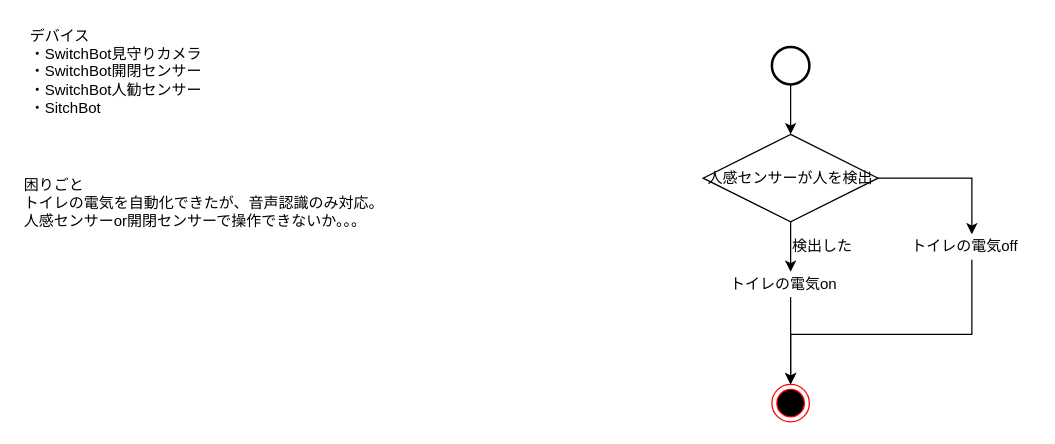
Earlier version of the draw.io diagram 01_memo/スマートホーム化アイデア.drawio (TakumaTodoroki/01_SwitchBot). Source tidied: cells renumbered, new cells numbered last; positions are measured from the earlier drawing's top-left corner, leaving out a move shared by most shapes. Both pictures are drawn from the tidied source at 125%, with x=0, y=0 at pixel (21, 21).
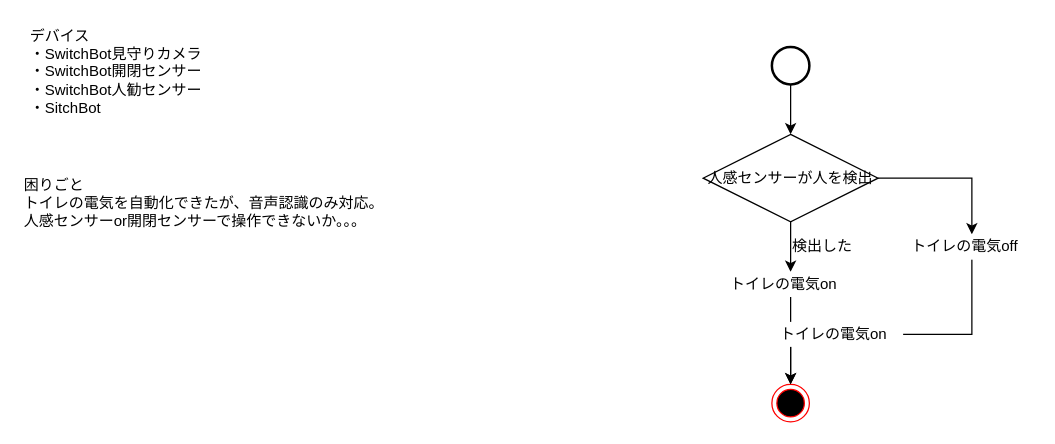
After the change.

What changed in the source:
```diff
@@
 <mxGraphModel>
   <root>
     <mxCell id="0" />
     <mxCell id="1" parent="0" />
     <mxCell id="2" value="&lt;div style=&quot;text-align: left&quot;&gt;&lt;span&gt;&lt;font color=&quot;#000000&quot;&gt;デバイス&lt;/font&gt;&lt;/span&gt;&lt;/div&gt;&lt;font color=&quot;#000000&quot;&gt;・SwitchBot見守りカメラ&lt;br&gt;&lt;/font&gt;&lt;div style=&quot;text-align: left&quot;&gt;&lt;font color=&quot;#000000&quot;&gt;・SwitchBot開閉センサー&lt;/font&gt;&lt;/div&gt;&lt;div style=&quot;text-align: left&quot;&gt;&lt;font color=&quot;#000000&quot;&gt;・SwitchBot人勧センサー&lt;/font&gt;&lt;/div&gt;&lt;div style=&quot;text-align: left&quot;&gt;&lt;font color=&quot;#000000&quot;&gt;・SitchBot&lt;/font&gt;&lt;/div&gt;" style="text;html=1;align=center;verticalAlign=middle;strokeColor=none;fillColor=#FFFFFF;" parent="1" vertex="1">
       <mxGeometry width="150" height="80" as="geometry" />
     </mxCell>
     <mxCell id="3" value="&lt;font color=&quot;#000000&quot;&gt;困りごと&lt;br&gt;トイレの電気を自動化できたが、音声認識のみ対応。&lt;br&gt;人感センサーor開閉センサーで操作できないか。。。&lt;/font&gt;" style="text;html=1;align=left;verticalAlign=middle;strokeColor=none;fillColor=#FFFFFF;" parent="1" vertex="1">
       <mxGeometry y="120" width="300" height="50" as="geometry" />
     </mxCell>
     <mxCell id="4" style="ellipse;html=1;shape=endState;fillColor=#000000;strokeColor=#ff0000;" parent="1" vertex="1">
       <mxGeometry x="600" y="290" width="30" height="30" as="geometry" />
     </mxCell>
     <mxCell id="5" style="edgeStyle=orthogonalEdgeStyle;rounded=0;jettySize=auto;html=1;entryX=0.5;entryY=0;entryDx=0;entryDy=0;" parent="1" edge="1" source="6" target="9">
       <mxGeometry relative="1" as="geometry" />
     </mxCell>
     <mxCell id="6" style="strokeWidth=2;html=1;shape=mxgraph.flowchart.start_2;whiteSpace=wrap;fillColor=#FFFFFF;" parent="1" vertex="1">
       <mxGeometry x="600" y="20" width="30" height="30" as="geometry" />
     </mxCell>
     <mxCell id="7" style="edgeStyle=orthogonalEdgeStyle;rounded=0;jettySize=auto;html=1;" parent="1" edge="1" source="9" target="11">
       <mxGeometry relative="1" as="geometry" />
     </mxCell>
     <mxCell id="8" style="edgeStyle=orthogonalEdgeStyle;rounded=0;jettySize=auto;html=1;" parent="1" edge="1" source="9" target="14">
       <mxGeometry relative="1" as="geometry" />
     </mxCell>
     <mxCell id="9" value="&lt;span style=&quot;color: rgb(0 , 0 , 0)&quot;&gt;人感センサーが人を検出&lt;/span&gt;" style="rhombus;whiteSpace=wrap;html=1;fillColor=#FFFFFF;" parent="1" vertex="1">
       <mxGeometry x="545" y="90" width="140" height="70" as="geometry" />
     </mxCell>
     <mxCell id="10" style="edgeStyle=orthogonalEdgeStyle;rounded=0;jettySize=auto;html=1;" parent="1" edge="1" source="11" target="4">
       <mxGeometry relative="1" as="geometry" />
     </mxCell>
     <mxCell id="11" value="&lt;font color=&quot;#000000&quot;&gt;トイレの電気on&lt;/font&gt;" style="text;html=1;align=left;verticalAlign=middle;points=[];strokeColor=none;fillColor=#FFFFFF;" parent="1" vertex="1">
       <mxGeometry x="565" y="200" width="100" height="20" as="geometry" />
     </mxCell>
     <mxCell id="12" value="検出した" style="text;html=1;align=center;verticalAlign=middle;strokeColor=none;" parent="1" vertex="1">
       <mxGeometry x="610" y="170" width="60" height="20" as="geometry" />
     </mxCell>
     <mxCell id="13" style="edgeStyle=orthogonalEdgeStyle;rounded=0;jettySize=auto;html=1;entryX=0.5;entryY=0;entryDx=0;entryDy=0;" parent="1" edge="1" source="14" target="4">
       <mxGeometry relative="1" as="geometry">
         <Array as="points">
           <mxPoint x="760" y="250" />
           <mxPoint x="615" y="250" />
         </Array>
       </mxGeometry>
     </mxCell>
     <mxCell id="14" value="&lt;font color=&quot;#000000&quot;&gt;トイレの電気off&lt;/font&gt;" style="text;html=1;align=left;verticalAlign=middle;points=[];strokeColor=none;fillColor=#FFFFFF;" parent="1" vertex="1">
       <mxGeometry x="710" y="170" width="100" height="20" as="geometry" />
     </mxCell>
+    <mxCell id="15" value="&lt;font color=&quot;#000000&quot;&gt;トイレの電気on&lt;/font&gt;" style="text;html=1;align=left;verticalAlign=middle;strokeColor=none;fillColor=#FFFFFF;" parent="1" vertex="1">
+      <mxGeometry x="605" y="240" width="100" height="20" as="geometry" />
+    </mxCell>
   </root>
 </mxGraphModel>
```
